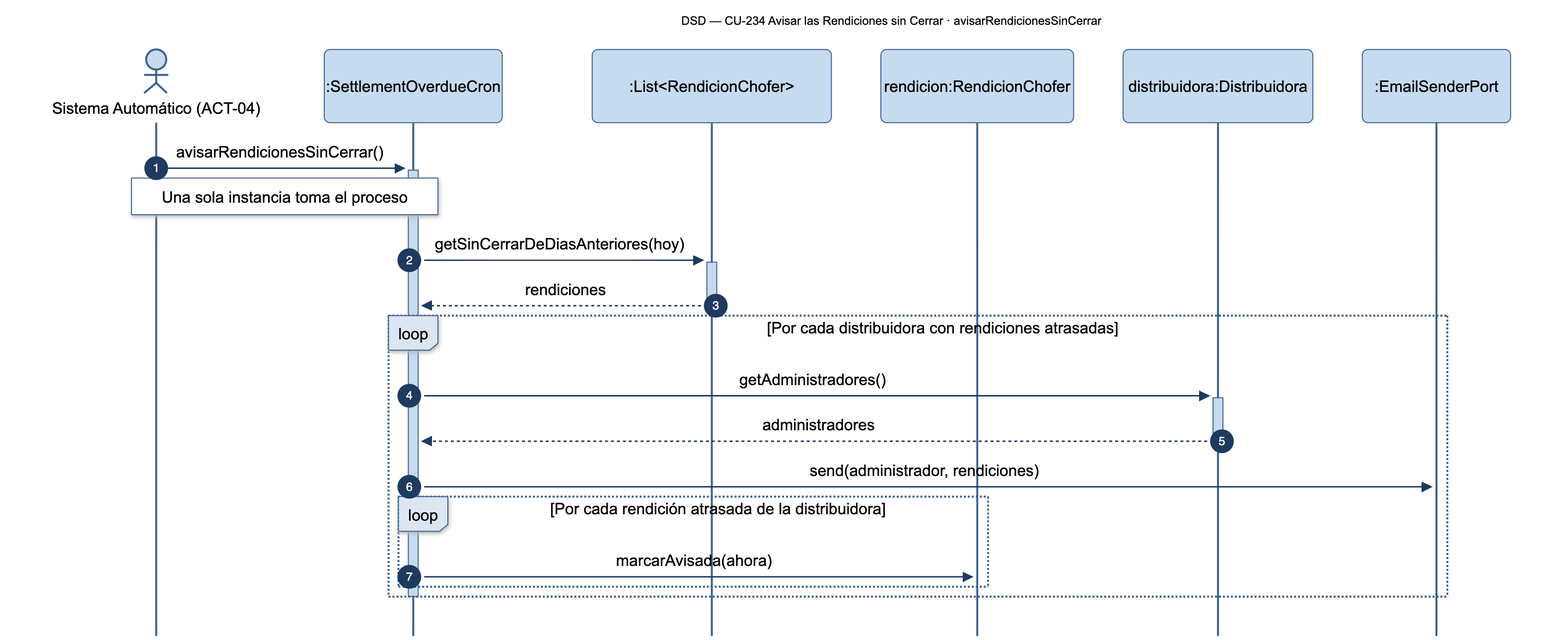
This is diagramas/png/DSD_CU-234_avisarRendicionesSinCerrar.png from Nahuelito-Dev/splg-docs, a Mermaid export, as it was before one commit. Its source is kept beside it as diagramas/DSD_CU-234_avisarRendicionesSinCerrar.mmd.
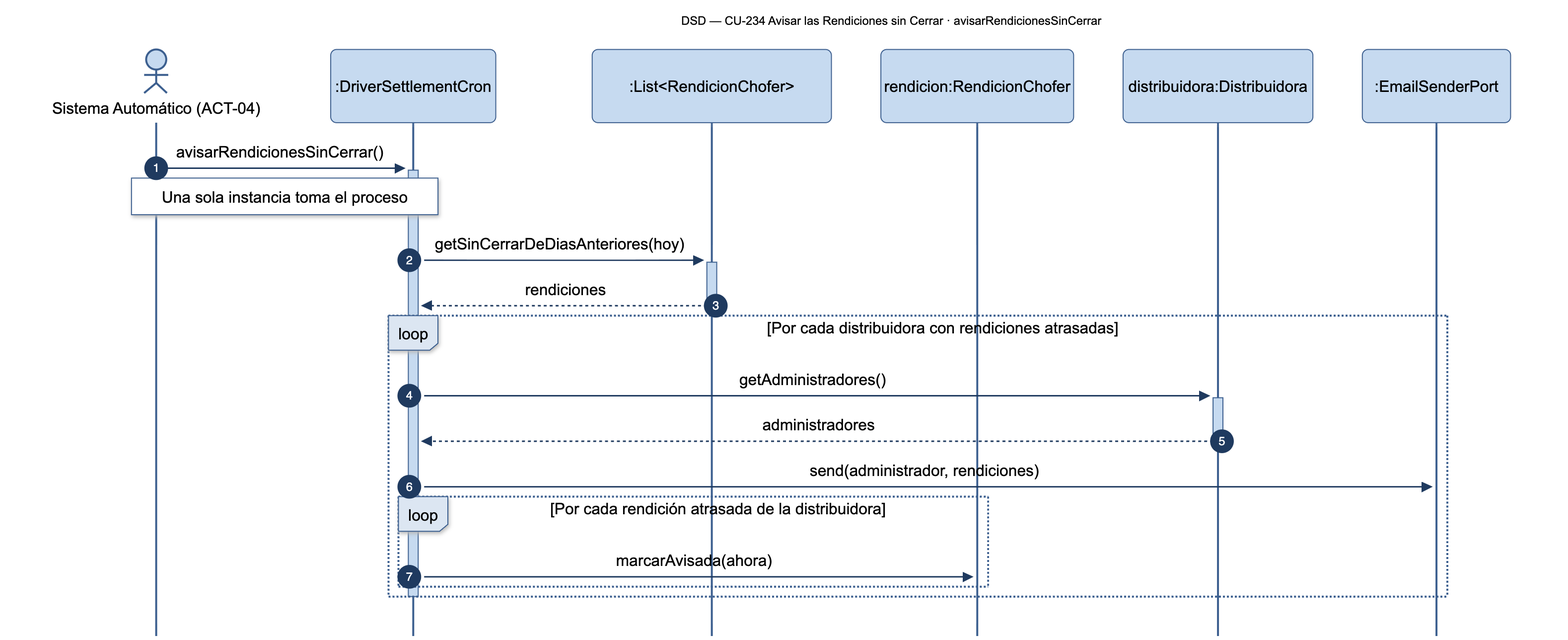
After the change.

Diff of the diagram source:
```diff
@@ -2,7 +2,7 @@
     title DSD — CU-234 Avisar las Rendiciones sin Cerrar · avisarRendicionesSinCerrar
     autonumber
     actor SAU as Sistema Automático (ACT-04)
-    participant CRN as :SettlementOverdueCron
+    participant CRN as :DriverSettlementCron
     participant RENS as :List#lt;RendicionChofer#gt;
     participant REN as rendicion:RendicionChofer
     participant DIS as distribuidora:Distribuidora
```
